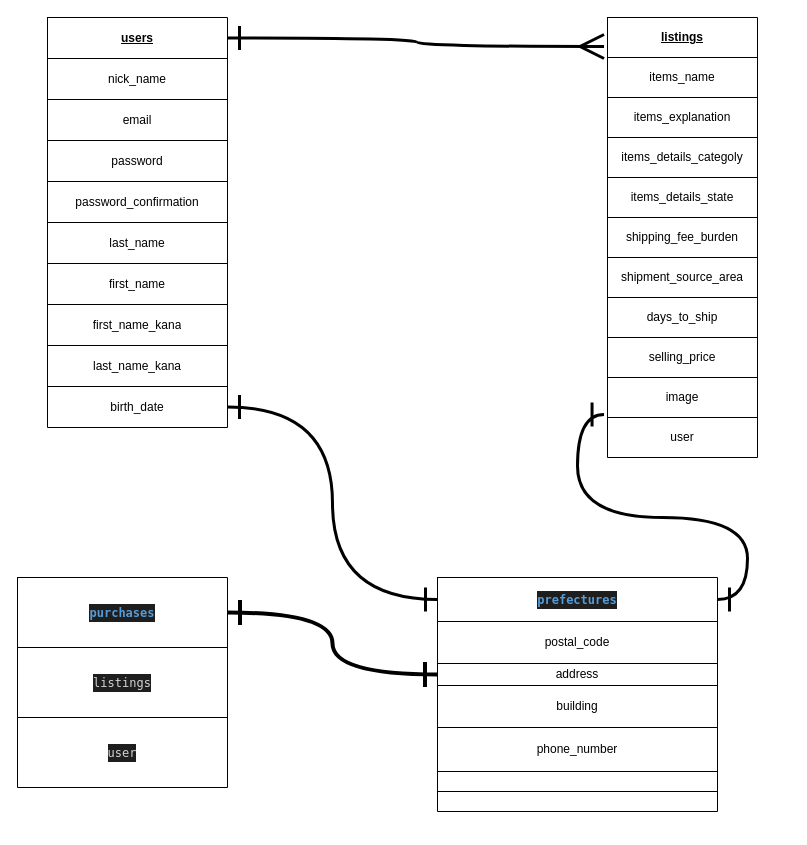
Earlier version of the draw.io diagram ER.dio (RyouheiMatsuyama/furima-32988). Source tidied: cells renumbered, new cells numbered last; positions are measured from the earlier drawing's top-left corner, leaving out a move shared by most shapes. Both pictures are drawn from the tidied source at 100%, with x=0, y=0 at pixel (17, 17).
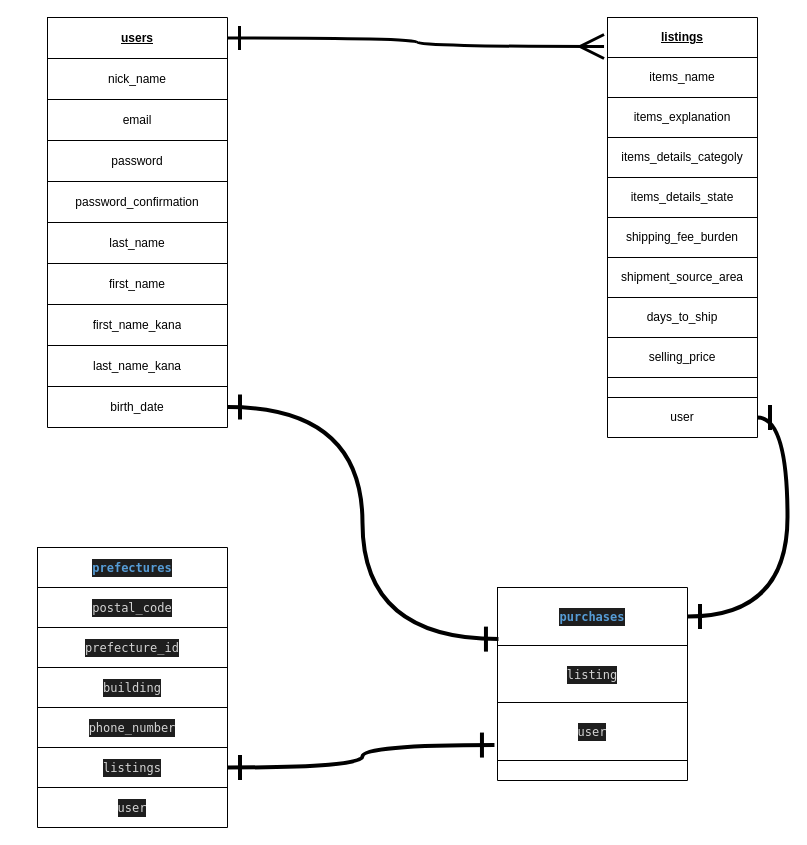
The same page after the edit.

Unchanged cells that the change refers to:
```xml
<mxCell id="3" style="shape=partialRectangle;html=1;whiteSpace=wrap;fillColor=none;top=0;left=0;bottom=0;right=0;points=[[0,0.5],[1,0.5]];portConstraint=eastwest;" parent="2" vertex="1">
  <mxGeometry width="180" height="41" as="geometry" />
</mxCell>
<mxCell id="21" style="shape=partialRectangle;html=1;whiteSpace=wrap;fillColor=none;top=0;left=0;bottom=0;right=0;points=[[0,0.5],[1,0.5]];portConstraint=eastwest;" parent="2" vertex="1">
  <mxGeometry y="369" width="180" height="41" as="geometry" />
</mxCell>
<mxCell id="24" style="shape=partialRectangle;html=1;whiteSpace=wrap;fillColor=none;top=0;left=0;bottom=0;right=0;points=[[0,0.5],[1,0.5]];portConstraint=eastwest;" parent="23" vertex="1">
  <mxGeometry width="150" height="40" as="geometry" />
</mxCell>
```

Change to the diagram source:
```diff
@@
     <mxCell id="23" style="shape=table;html=1;whiteSpace=wrap;startSize=0;childLayout=tableLayout;" parent="1" vertex="1">
-      <mxGeometry x="590" width="150" height="440" as="geometry" />
+      <mxGeometry x="590" width="150" height="420" as="geometry" />
     </mxCell>
@@
     <mxCell id="42" style="shape=partialRectangle;html=1;whiteSpace=wrap;fillColor=none;top=0;left=0;bottom=0;right=0;" parent="23" vertex="1">
-      <mxGeometry y="360" width="150" height="40" as="geometry" />
+      <mxGeometry y="360" width="150" height="20" as="geometry" />
     </mxCell>
-    <mxCell id="43" value="image" style="shape=partialRectangle;html=1;whiteSpace=wrap;overflow=hidden;fillColor=none;top=0;left=0;bottom=0;right=0;" parent="42" vertex="1">
-      <mxGeometry width="150" height="40" as="geometry" />
+    <mxCell id="43" style="shape=partialRectangle;html=1;whiteSpace=wrap;overflow=hidden;fillColor=none;top=0;left=0;bottom=0;right=0;" parent="42" vertex="1">
+      <mxGeometry width="150" height="20" as="geometry" />
     </mxCell>
     <mxCell id="44" style="shape=partialRectangle;html=1;whiteSpace=wrap;fillColor=none;top=0;left=0;bottom=0;right=0;points=[[0,0.5],[1,0.5]];portConstraint=eastwest;" parent="23" vertex="1">
-      <mxGeometry y="400" width="150" height="40" as="geometry" />
+      <mxGeometry y="380" width="150" height="40" as="geometry" />
     </mxCell>
@@
-    <mxCell id="46" style="shape=table;html=1;whiteSpace=wrap;startSize=0;childLayout=tableLayout;" parent="1" vertex="1">
-      <mxGeometry x="420" y="560" width="280" height="234" as="geometry" />
-    </mxCell>
-    <mxCell id="47" style="shape=partialRectangle;html=1;whiteSpace=wrap;fillColor=none;top=0;left=0;bottom=0;right=0;points=[[0,0.5],[1,0.5]];portConstraint=eastwest;" parent="46" vertex="1">
-      <mxGeometry width="280" height="44" as="geometry" />
-    </mxCell>
+    <mxCell id="61" style="edgeStyle=orthogonalEdgeStyle;rounded=0;jettySize=auto;html=1;exitX=1;exitY=0.5;exitDx=0;exitDy=0;entryX=-0.023;entryY=0.725;entryDx=0;entryDy=0;entryPerimeter=0;endArrow=ERmany;endFill=0;startArrow=ERone;startFill=0;curved=1;strokeWidth=3;endSize=20;startSize=20;" parent="1" edge="1" source="3" target="24">
+      <mxGeometry relative="1" as="geometry" />
+    </mxCell>
+    <mxCell id="72" style="shape=table;html=1;whiteSpace=wrap;startSize=0;childLayout=tableLayout;" parent="1" vertex="1">
+      <mxGeometry x="480" y="570" width="190" height="193" as="geometry" />
+    </mxCell>
+    <mxCell id="73" style="shape=partialRectangle;html=1;whiteSpace=wrap;fillColor=none;top=0;left=0;bottom=0;right=0;points=[[0,0.5],[1,0.5]];portConstraint=eastwest;" parent="72" vertex="1">
+      <mxGeometry width="190" height="58" as="geometry" />
+    </mxCell>
+    <mxCell id="66" value="&lt;div style=&quot;color: rgb(212 , 212 , 212) ; background-color: rgb(30 , 30 , 30) ; font-family: &amp;#34;menlo&amp;#34; , &amp;#34;monaco&amp;#34; , &amp;#34;courier new&amp;#34; , monospace ; line-height: 18px&quot;&gt;&lt;span style=&quot;color: #569cd6 ; font-weight: bold&quot;&gt;purchases&lt;/span&gt;&lt;/div&gt;" style="shape=partialRectangle;html=1;whiteSpace=wrap;overflow=hidden;fillColor=none;top=0;left=0;bottom=0;right=0;" parent="73" vertex="1">
+      <mxGeometry width="190" height="58" as="geometry" />
+    </mxCell>
+    <mxCell id="74" style="shape=partialRectangle;html=1;whiteSpace=wrap;fillColor=none;top=0;left=0;bottom=0;right=0;" parent="72" vertex="1">
+      <mxGeometry y="58" width="190" height="57" as="geometry" />
+    </mxCell>
+    <mxCell id="75" value="&lt;div style=&quot;color: rgb(212 , 212 , 212) ; background-color: rgb(30 , 30 , 30) ; font-family: &amp;#34;menlo&amp;#34; , &amp;#34;monaco&amp;#34; , &amp;#34;courier new&amp;#34; , monospace ; line-height: 18px&quot;&gt;listing&lt;/div&gt;" style="shape=partialRectangle;html=1;whiteSpace=wrap;overflow=hidden;fillColor=none;top=0;left=0;bottom=0;right=0;" parent="74" vertex="1">
+      <mxGeometry width="190" height="57" as="geometry" />
+    </mxCell>
+    <mxCell id="76" style="shape=partialRectangle;html=1;whiteSpace=wrap;fillColor=none;top=0;left=0;bottom=0;right=0;points=[[0,0.5],[1,0.5]];portConstraint=eastwest;" parent="72" vertex="1">
+      <mxGeometry y="115" width="190" height="58" as="geometry" />
+    </mxCell>
+    <mxCell id="77" value="&lt;div style=&quot;color: rgb(212 , 212 , 212) ; background-color: rgb(30 , 30 , 30) ; font-family: &amp;#34;menlo&amp;#34; , &amp;#34;monaco&amp;#34; , &amp;#34;courier new&amp;#34; , monospace ; line-height: 18px&quot;&gt;user&lt;/div&gt;" style="shape=partialRectangle;html=1;whiteSpace=wrap;overflow=hidden;fillColor=none;top=0;left=0;bottom=0;right=0;" parent="76" vertex="1">
+      <mxGeometry width="190" height="58" as="geometry" />
+    </mxCell>
+    <mxCell id="78" style="shape=partialRectangle;html=1;whiteSpace=wrap;fillColor=none;top=0;left=0;bottom=0;right=0;" parent="72" vertex="1">
+      <mxGeometry y="173" width="190" height="20" as="geometry" />
+    </mxCell>
+    <mxCell id="79" value="&lt;div style=&quot;color: rgb(212 , 212 , 212) ; background-color: rgb(30 , 30 , 30) ; font-family: &amp;#34;menlo&amp;#34; , &amp;#34;monaco&amp;#34; , &amp;#34;courier new&amp;#34; , monospace ; line-height: 18px&quot;&gt;&lt;br&gt;&lt;/div&gt;" style="shape=partialRectangle;html=1;whiteSpace=wrap;overflow=hidden;fillColor=none;top=0;left=0;bottom=0;right=0;" parent="78" vertex="1">
+      <mxGeometry width="190" height="20" as="geometry" />
+    </mxCell>
+    <mxCell id="80" style="shape=table;html=1;whiteSpace=wrap;startSize=0;childLayout=tableLayout;" parent="1" vertex="1">
+      <mxGeometry x="20" y="530" width="190" height="280" as="geometry" />
+    </mxCell>
+    <mxCell id="81" style="shape=partialRectangle;html=1;whiteSpace=wrap;fillColor=none;top=0;left=0;bottom=0;right=0;" parent="80" vertex="1">
+      <mxGeometry width="190" height="40" as="geometry" />
+    </mxCell>
-    <mxCell id="48" value="&lt;div style=&quot;color: rgb(212 , 212 , 212) ; background-color: rgb(30 , 30 , 30) ; font-family: &amp;#34;menlo&amp;#34; , &amp;#34;monaco&amp;#34; , &amp;#34;courier new&amp;#34; , monospace ; line-height: 18px&quot;&gt;&lt;span style=&quot;color: #569cd6 ; font-weight: bold&quot;&gt;prefectures&lt;/span&gt;&lt;/div&gt;" style="shape=partialRectangle;html=1;whiteSpace=wrap;overflow=hidden;fillColor=none;top=0;left=0;bottom=0;right=0;" parent="47" vertex="1">
-      <mxGeometry width="280" height="44" as="geometry" />
+    <mxCell id="48" value="&lt;div style=&quot;color: rgb(212 , 212 , 212) ; background-color: rgb(30 , 30 , 30) ; font-family: &amp;#34;menlo&amp;#34; , &amp;#34;monaco&amp;#34; , &amp;#34;courier new&amp;#34; , monospace ; line-height: 18px&quot;&gt;&lt;span style=&quot;color: #569cd6 ; font-weight: bold&quot;&gt;prefectures&lt;/span&gt;&lt;/div&gt;" style="shape=partialRectangle;html=1;whiteSpace=wrap;overflow=hidden;fillColor=none;top=0;left=0;bottom=0;right=0;" parent="81" vertex="1">
+      <mxGeometry width="190" height="40" as="geometry" />
     </mxCell>
-    <mxCell id="49" style="shape=partialRectangle;html=1;whiteSpace=wrap;fillColor=none;top=0;left=0;bottom=0;right=0;" parent="46" vertex="1">
-      <mxGeometry y="44" width="280" height="42" as="geometry" />
-    </mxCell>
+    <mxCell id="82" style="shape=partialRectangle;html=1;whiteSpace=wrap;fillColor=none;top=0;left=0;bottom=0;right=0;" parent="80" vertex="1">
+      <mxGeometry y="40" width="190" height="40" as="geometry" />
+    </mxCell>
-    <mxCell id="50" value="postal_code" style="shape=partialRectangle;html=1;whiteSpace=wrap;overflow=hidden;fillColor=none;top=0;left=0;bottom=0;right=0;" parent="49" vertex="1">
-      <mxGeometry width="280" height="42" as="geometry" />
+    <mxCell id="50" value="&lt;div style=&quot;color: rgb(212 , 212 , 212) ; background-color: rgb(30 , 30 , 30) ; font-family: &amp;#34;menlo&amp;#34; , &amp;#34;monaco&amp;#34; , &amp;#34;courier new&amp;#34; , monospace ; line-height: 18px&quot;&gt;postal_code&lt;/div&gt;" style="shape=partialRectangle;html=1;whiteSpace=wrap;overflow=hidden;fillColor=none;top=0;left=0;bottom=0;right=0;" parent="82" vertex="1">
+      <mxGeometry width="190" height="40" as="geometry" />
     </mxCell>
-    <mxCell id="51" style="shape=partialRectangle;html=1;whiteSpace=wrap;fillColor=none;top=0;left=0;bottom=0;right=0;points=[[0,0.5],[1,0.5]];portConstraint=eastwest;" parent="46" vertex="1">
-      <mxGeometry y="86" width="280" height="22" as="geometry" />
-    </mxCell>
-    <mxCell id="52" value="address" style="shape=partialRectangle;html=1;whiteSpace=wrap;overflow=hidden;fillColor=none;top=0;left=0;bottom=0;right=0;" parent="51" vertex="1">
-      <mxGeometry width="280" height="22" as="geometry" />
-    </mxCell>
-    <mxCell id="53" style="shape=partialRectangle;html=1;whiteSpace=wrap;fillColor=none;top=0;left=0;bottom=0;right=0;" parent="46" vertex="1">
-      <mxGeometry y="108" width="280" height="42" as="geometry" />
-    </mxCell>
+    <mxCell id="83" style="shape=partialRectangle;html=1;whiteSpace=wrap;fillColor=none;top=0;left=0;bottom=0;right=0;" parent="80" vertex="1">
+      <mxGeometry y="80" width="190" height="40" as="geometry" />
+    </mxCell>
+    <mxCell id="84" value="&lt;div style=&quot;color: rgb(212 , 212 , 212) ; background-color: rgb(30 , 30 , 30) ; font-family: &amp;#34;menlo&amp;#34; , &amp;#34;monaco&amp;#34; , &amp;#34;courier new&amp;#34; , monospace ; line-height: 18px&quot;&gt;prefecture_id&lt;/div&gt;" style="shape=partialRectangle;html=1;whiteSpace=wrap;overflow=hidden;fillColor=none;top=0;left=0;bottom=0;right=0;" parent="83" vertex="1">
+      <mxGeometry width="190" height="40" as="geometry" />
+    </mxCell>
+    <mxCell id="85" style="shape=partialRectangle;html=1;whiteSpace=wrap;fillColor=none;top=0;left=0;bottom=0;right=0;" parent="80" vertex="1">
+      <mxGeometry y="120" width="190" height="40" as="geometry" />
+    </mxCell>
-    <mxCell id="54" value="building" style="shape=partialRectangle;html=1;whiteSpace=wrap;overflow=hidden;fillColor=none;top=0;left=0;bottom=0;right=0;" parent="53" vertex="1">
-      <mxGeometry width="280" height="42" as="geometry" />
+    <mxCell id="54" value="&lt;div style=&quot;color: rgb(212 , 212 , 212) ; background-color: rgb(30 , 30 , 30) ; font-family: &amp;#34;menlo&amp;#34; , &amp;#34;monaco&amp;#34; , &amp;#34;courier new&amp;#34; , monospace ; line-height: 18px&quot;&gt;building&lt;/div&gt;" style="shape=partialRectangle;html=1;whiteSpace=wrap;overflow=hidden;fillColor=none;top=0;left=0;bottom=0;right=0;" parent="85" vertex="1">
+      <mxGeometry width="190" height="40" as="geometry" />
     </mxCell>
-    <mxCell id="55" style="shape=partialRectangle;html=1;whiteSpace=wrap;fillColor=none;top=0;left=0;bottom=0;right=0;" parent="46" vertex="1">
-      <mxGeometry y="150" width="280" height="44" as="geometry" />
-    </mxCell>
+    <mxCell id="86" style="shape=partialRectangle;html=1;whiteSpace=wrap;fillColor=none;top=0;left=0;bottom=0;right=0;" parent="80" vertex="1">
+      <mxGeometry y="160" width="190" height="40" as="geometry" />
+    </mxCell>
-    <mxCell id="56" value="phone_number" style="shape=partialRectangle;html=1;whiteSpace=wrap;overflow=hidden;fillColor=none;top=0;left=0;bottom=0;right=0;" parent="55" vertex="1">
-      <mxGeometry width="280" height="44" as="geometry" />
+    <mxCell id="56" value="&lt;div style=&quot;color: rgb(212 , 212 , 212) ; background-color: rgb(30 , 30 , 30) ; font-family: &amp;#34;menlo&amp;#34; , &amp;#34;monaco&amp;#34; , &amp;#34;courier new&amp;#34; , monospace ; line-height: 18px&quot;&gt;phone_number&lt;/div&gt;" style="shape=partialRectangle;html=1;whiteSpace=wrap;overflow=hidden;fillColor=none;top=0;left=0;bottom=0;right=0;" parent="86" vertex="1">
+      <mxGeometry width="190" height="40" as="geometry" />
     </mxCell>
-    <mxCell id="57" style="shape=partialRectangle;html=1;whiteSpace=wrap;fillColor=none;top=0;left=0;bottom=0;right=0;" parent="46" vertex="1">
-      <mxGeometry y="194" width="280" height="20" as="geometry" />
-    </mxCell>
-    <mxCell id="58" style="shape=partialRectangle;html=1;whiteSpace=wrap;overflow=hidden;fillColor=none;top=0;left=0;bottom=0;right=0;" parent="57" vertex="1">
-      <mxGeometry width="280" height="20" as="geometry" />
-    </mxCell>
-    <mxCell id="59" style="shape=partialRectangle;html=1;whiteSpace=wrap;fillColor=none;top=0;left=0;bottom=0;right=0;" parent="46" vertex="1">
-      <mxGeometry y="214" width="280" height="20" as="geometry" />
-    </mxCell>
-    <mxCell id="60" style="shape=partialRectangle;html=1;whiteSpace=wrap;overflow=hidden;fillColor=none;top=0;left=0;bottom=0;right=0;" parent="59" vertex="1">
-      <mxGeometry width="280" height="20" as="geometry" />
-    </mxCell>
-    <mxCell id="61" style="edgeStyle=orthogonalEdgeStyle;rounded=0;jettySize=auto;html=1;exitX=1;exitY=0.5;exitDx=0;exitDy=0;entryX=-0.023;entryY=0.725;entryDx=0;entryDy=0;entryPerimeter=0;endArrow=ERmany;endFill=0;startArrow=ERone;startFill=0;curved=1;strokeWidth=3;endSize=20;startSize=20;" parent="1" edge="1" source="3" target="24">
-      <mxGeometry relative="1" as="geometry" />
-    </mxCell>
-    <mxCell id="62" style="edgeStyle=orthogonalEdgeStyle;curved=1;rounded=0;jettySize=auto;html=1;exitX=1;exitY=0.5;exitDx=0;exitDy=0;entryX=-0.023;entryY=-0.075;entryDx=0;entryDy=0;entryPerimeter=0;startArrow=ERone;startFill=0;startSize=20;endArrow=ERone;endFill=0;endSize=20;strokeWidth=3;" parent="1" edge="1" source="47" target="44">
-      <mxGeometry relative="1" as="geometry" />
-    </mxCell>
-    <mxCell id="63" style="edgeStyle=orthogonalEdgeStyle;curved=1;rounded=0;jettySize=auto;html=1;exitX=0;exitY=0.5;exitDx=0;exitDy=0;entryX=1;entryY=0.5;entryDx=0;entryDy=0;startArrow=ERone;startFill=0;startSize=20;endArrow=ERone;endFill=0;endSize=20;strokeWidth=3;" parent="1" edge="1" source="47" target="21">
-      <mxGeometry relative="1" as="geometry" />
-    </mxCell>
-    <mxCell id="64" style="shape=table;html=1;whiteSpace=wrap;startSize=0;childLayout=tableLayout;" parent="1" vertex="1">
-      <mxGeometry y="560" width="210" height="210" as="geometry" />
-    </mxCell>
-    <mxCell id="65" style="shape=partialRectangle;html=1;whiteSpace=wrap;fillColor=none;top=0;left=0;bottom=0;right=0;points=[[0,0.5],[1,0.5]];portConstraint=eastwest;" parent="64" vertex="1">
-      <mxGeometry width="210" height="70" as="geometry" />
-    </mxCell>
-    <mxCell id="66" value="&lt;div style=&quot;color: rgb(212 , 212 , 212) ; background-color: rgb(30 , 30 , 30) ; font-family: &amp;#34;menlo&amp;#34; , &amp;#34;monaco&amp;#34; , &amp;#34;courier new&amp;#34; , monospace ; line-height: 18px&quot;&gt;&lt;span style=&quot;color: #569cd6 ; font-weight: bold&quot;&gt;purchases&lt;/span&gt;&lt;/div&gt;" style="shape=partialRectangle;html=1;whiteSpace=wrap;overflow=hidden;fillColor=none;top=0;left=0;bottom=0;right=0;" parent="65" vertex="1">
-      <mxGeometry width="210" height="70" as="geometry" />
-    </mxCell>
-    <mxCell id="67" style="shape=partialRectangle;html=1;whiteSpace=wrap;fillColor=none;top=0;left=0;bottom=0;right=0;" parent="64" vertex="1">
-      <mxGeometry y="70" width="210" height="70" as="geometry" />
-    </mxCell>
+    <mxCell id="87" style="shape=partialRectangle;html=1;whiteSpace=wrap;fillColor=none;top=0;left=0;bottom=0;right=0;points=[[0,0.5],[1,0.5]];portConstraint=eastwest;" parent="80" vertex="1">
+      <mxGeometry y="200" width="190" height="40" as="geometry" />
+    </mxCell>
-    <mxCell id="68" value="&lt;div style=&quot;color: rgb(212 , 212 , 212) ; background-color: rgb(30 , 30 , 30) ; font-family: &amp;#34;menlo&amp;#34; , &amp;#34;monaco&amp;#34; , &amp;#34;courier new&amp;#34; , monospace ; line-height: 18px&quot;&gt;listings&lt;/div&gt;" style="shape=partialRectangle;html=1;whiteSpace=wrap;overflow=hidden;fillColor=none;top=0;left=0;bottom=0;right=0;" parent="67" vertex="1">
-      <mxGeometry width="210" height="70" as="geometry" />
+    <mxCell id="68" value="&lt;div style=&quot;color: rgb(212 , 212 , 212) ; background-color: rgb(30 , 30 , 30) ; font-family: &amp;#34;menlo&amp;#34; , &amp;#34;monaco&amp;#34; , &amp;#34;courier new&amp;#34; , monospace ; line-height: 18px&quot;&gt;listings&lt;/div&gt;" style="shape=partialRectangle;html=1;whiteSpace=wrap;overflow=hidden;fillColor=none;top=0;left=0;bottom=0;right=0;" parent="87" vertex="1">
+      <mxGeometry width="190" height="40" as="geometry" />
     </mxCell>
-    <mxCell id="69" style="shape=partialRectangle;html=1;whiteSpace=wrap;fillColor=none;top=0;left=0;bottom=0;right=0;" parent="64" vertex="1">
-      <mxGeometry y="140" width="210" height="70" as="geometry" />
-    </mxCell>
-    <mxCell id="70" value="&lt;div style=&quot;color: rgb(212, 212, 212); background-color: rgb(30, 30, 30); font-family: menlo, monaco, &amp;quot;courier new&amp;quot;, monospace; font-weight: normal; font-size: 12px; line-height: 18px;&quot;&gt;&lt;div&gt;&lt;span style=&quot;color: #d4d4d4&quot;&gt;user &lt;/span&gt;&lt;/div&gt;&lt;/div&gt;" style="shape=partialRectangle;html=1;whiteSpace=wrap;overflow=hidden;fillColor=none;top=0;left=0;bottom=0;right=0;" parent="69" vertex="1">
-      <mxGeometry width="210" height="70" as="geometry" />
-    </mxCell>
-    <mxCell id="71" style="edgeStyle=orthogonalEdgeStyle;rounded=0;jettySize=auto;html=1;exitX=1;exitY=0.5;exitDx=0;exitDy=0;entryX=0;entryY=0.5;entryDx=0;entryDy=0;endArrow=ERone;endFill=0;curved=1;startArrow=ERone;startFill=0;endSize=20;startSize=20;strokeWidth=4;" parent="1" edge="1" source="65" target="51">
-      <mxGeometry relative="1" as="geometry" />
-    </mxCell>
+    <mxCell id="88" style="shape=partialRectangle;html=1;whiteSpace=wrap;fillColor=none;top=0;left=0;bottom=0;right=0;" parent="80" vertex="1">
+      <mxGeometry y="240" width="190" height="40" as="geometry" />
+    </mxCell>
+    <mxCell id="89" value="&lt;div style=&quot;color: rgb(212 , 212 , 212) ; background-color: rgb(30 , 30 , 30) ; font-family: &amp;#34;menlo&amp;#34; , &amp;#34;monaco&amp;#34; , &amp;#34;courier new&amp;#34; , monospace ; line-height: 18px&quot;&gt;user&lt;/div&gt;" style="shape=partialRectangle;html=1;whiteSpace=wrap;overflow=hidden;fillColor=none;top=0;left=0;bottom=0;right=0;" parent="88" vertex="1">
+      <mxGeometry width="190" height="40" as="geometry" />
+    </mxCell>
+    <mxCell id="90" style="edgeStyle=orthogonalEdgeStyle;curved=1;rounded=0;jettySize=auto;html=1;exitX=1;exitY=0.5;exitDx=0;exitDy=0;entryX=0.005;entryY=0.89;entryDx=0;entryDy=0;entryPerimeter=0;startArrow=ERone;startFill=0;startSize=20;endArrow=ERone;endFill=0;endSize=20;strokeWidth=4;" parent="1" edge="1" source="21" target="73">
+      <mxGeometry relative="1" as="geometry" />
+    </mxCell>
+    <mxCell id="91" style="edgeStyle=orthogonalEdgeStyle;curved=1;rounded=0;jettySize=auto;html=1;exitX=1;exitY=0.5;exitDx=0;exitDy=0;entryX=-0.016;entryY=0.734;entryDx=0;entryDy=0;entryPerimeter=0;startArrow=ERone;startFill=0;startSize=20;endArrow=ERone;endFill=0;endSize=20;strokeWidth=4;" parent="1" edge="1" source="87" target="76">
+      <mxGeometry relative="1" as="geometry" />
+    </mxCell>
+    <mxCell id="92" style="edgeStyle=orthogonalEdgeStyle;curved=1;rounded=0;jettySize=auto;html=1;exitX=1;exitY=0.5;exitDx=0;exitDy=0;startArrow=ERone;startFill=0;startSize=20;endArrow=ERone;endFill=0;endSize=20;strokeWidth=4;" parent="1" edge="1" source="44" target="73">
+      <mxGeometry relative="1" as="geometry" />
+    </mxCell>
```
